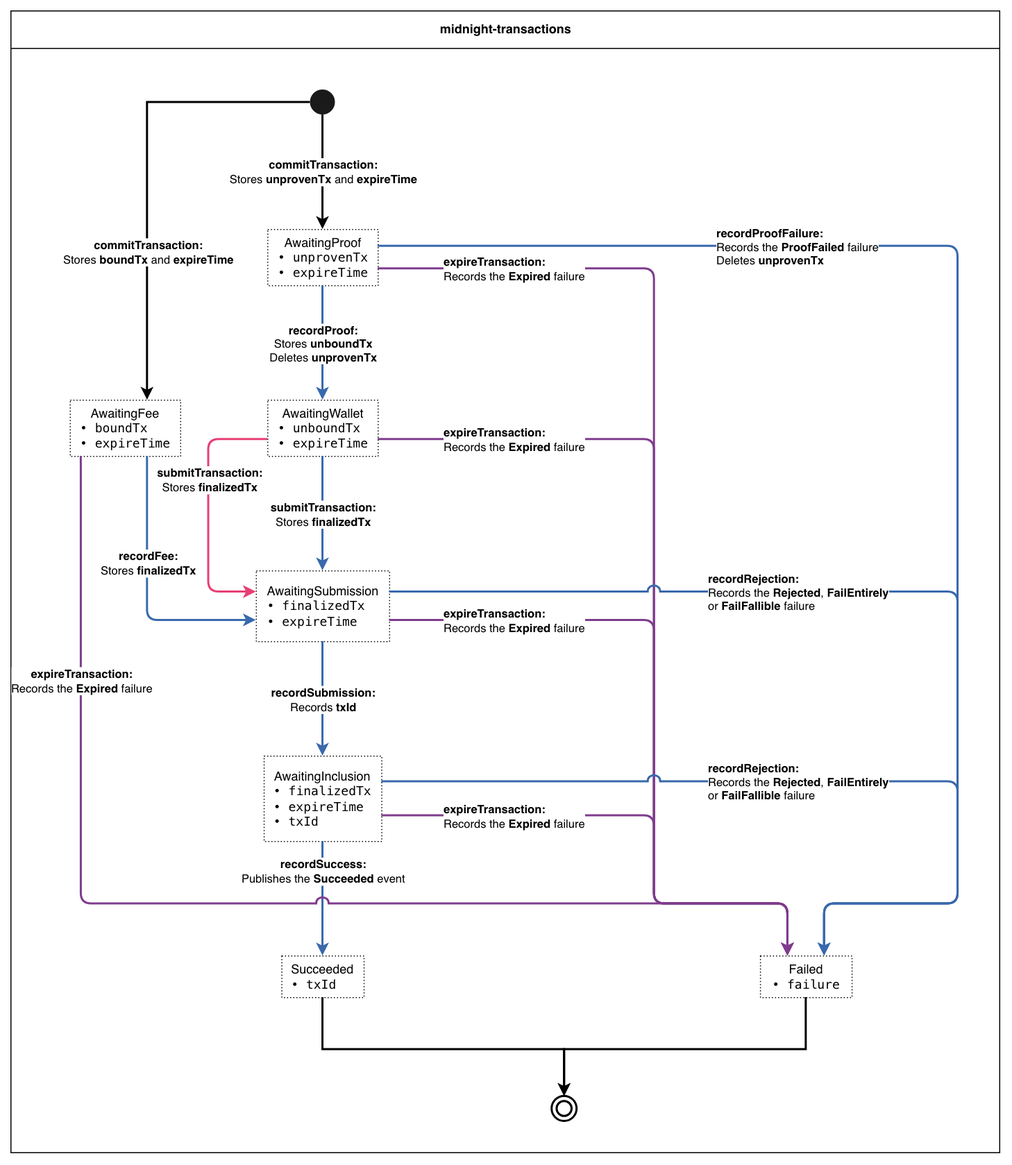
This is docs/transaction-state-machine.drawio.png from sig-net/full-stack-demo, a draw.io export, as it was before one commit. Source tidied: cells renumbered, new cells last; positions are measured from the earlier drawing's top-left corner, leaving out a move shared by most shapes.
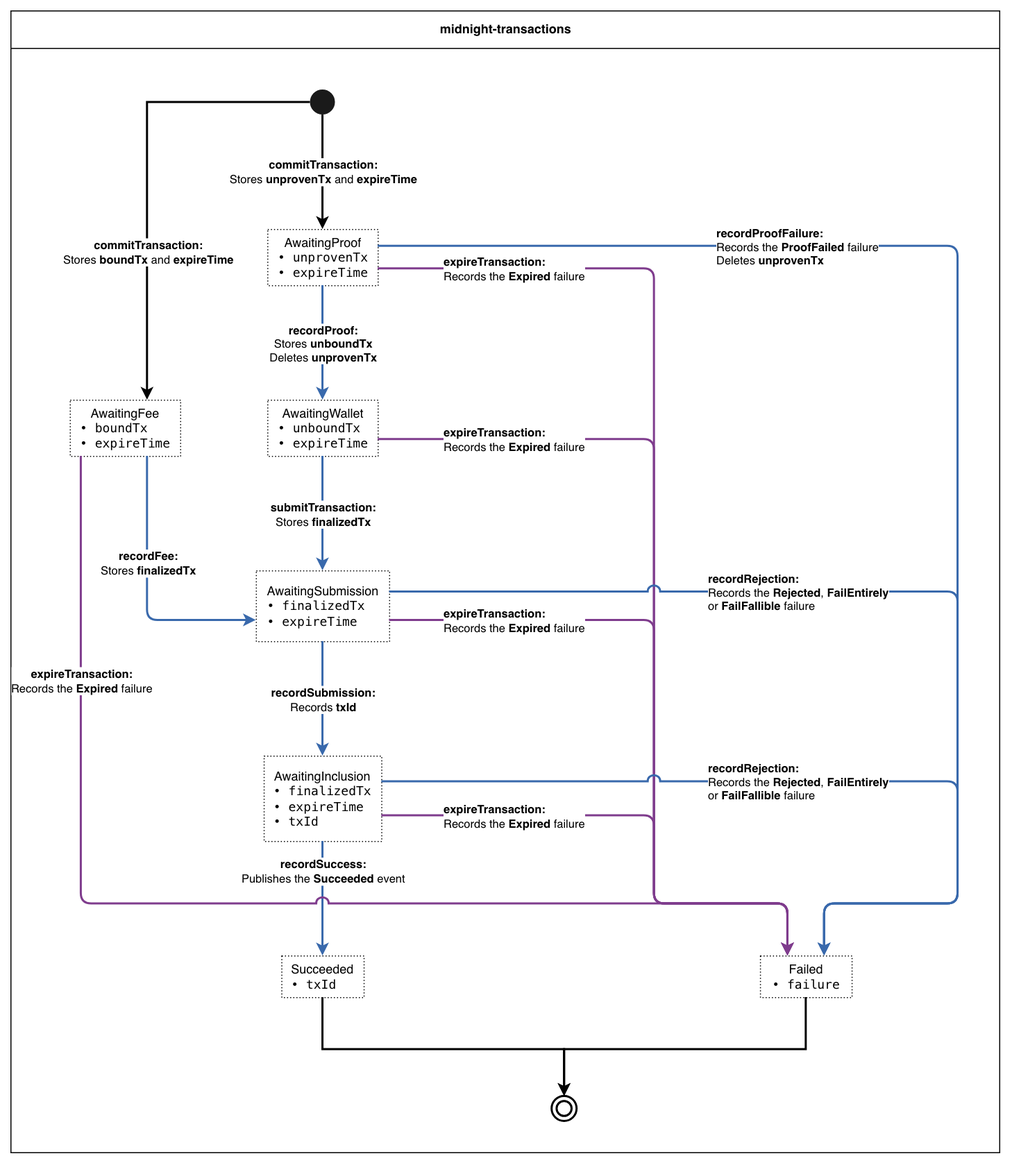
The same diagram one commit later.

Change to the diagram source:
```diff
@@ -53,17 +53,6 @@
     <mxCell id="18" value="&lt;b&gt;submitTransaction:&lt;/b&gt;&lt;br&gt;Stores &lt;b&gt;finalizedTx&lt;/b&gt;" style="edgeLabel;html=1;align=center;verticalAlign=middle;" parent="17" vertex="1">
       <mxGeometry relative="1" as="geometry" />
     </mxCell>
-    <mxCell id="19" style="html=1;strokeColor=#E73F74;rounded=1;arcSize=20;strokeWidth=2;exitX=0;exitY=0.7;exitDx=0;exitDy=0;entryX=0;entryY=0.3;entryDx=0;entryDy=0;" parent="2" edge="1" source="6" target="8">
-      <mxGeometry relative="1" as="geometry">
-        <Array as="points">
-          <mxPoint x="190" y="411.8" />
-          <mxPoint x="190" y="558.4" />
-        </Array>
-      </mxGeometry>
-    </mxCell>
-    <mxCell id="20" value="&lt;b&gt;submitTransaction:&lt;/b&gt;&lt;br&gt;Stores &lt;b&gt;finalizedTx&lt;/b&gt;" style="edgeLabel;html=1;align=center;verticalAlign=middle;" parent="19" vertex="1">
-      <mxGeometry x="-0.24" relative="1" as="geometry" />
-    </mxCell>
     <mxCell id="21" style="html=1;strokeColor=#3969AC;rounded=1;arcSize=20;strokeWidth=2;exitX=0.5;exitY=1;exitDx=0;exitDy=0;entryX=0.5;entryY=0;entryDx=0;entryDy=0;" parent="2" edge="1" source="8" target="9">
       <mxGeometry relative="1" as="geometry" />
     </mxCell>
```
